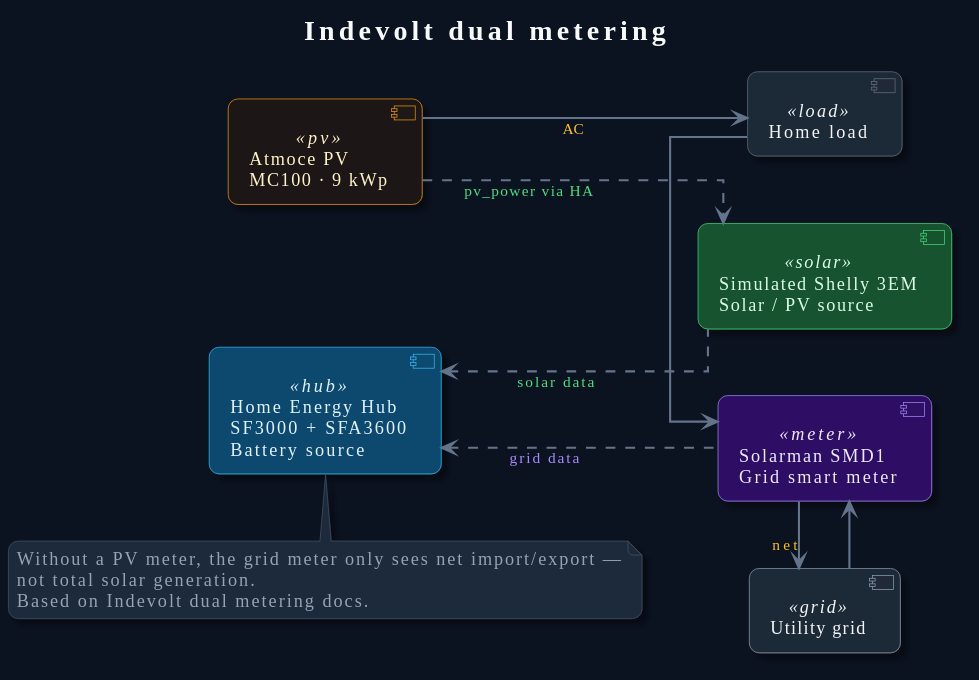
The PlantUML diagram docs/diagrams/dual-metering.svg in josephprem/ha-atmoce-indevolt, before a commit. Source of this version:
```plantuml
@startuml
skinparam backgroundColor #0b1220
skinparam defaultFontName "Segoe UI, Helvetica, Arial, sans-serif"
skinparam defaultFontSize 13
skinparam defaultFontColor #e5e7eb
skinparam shadowing true
skinparam roundcorner 14
skinparam linetype ortho
skinparam nodesep 48
skinparam ranksep 40

skinparam title {
  FontColor #f9fafb
  FontSize 20
  FontStyle bold
}

skinparam package {
  BackgroundColor #111827
  BorderColor #334155
  FontColor #cbd5e1
  FontStyle bold
  RoundCorner 16
}

skinparam rectangle {
  RoundCorner 14
  BorderThickness 2
}

skinparam arrow {
  Color #64748b
  FontColor #94a3b8
  FontSize 11
  Thickness 1.5
}

skinparam legend {
  BackgroundColor #111827
  BorderColor #334155
  FontColor #cbd5e1
}

skinparam component<<pv>> {
  BackgroundColor #1c1917
  BorderColor #f59e0b
  FontColor #fef3c7
}

skinparam component<<hub>> {
  BackgroundColor #0c4a6e
  BorderColor #38bdf8
  FontColor #e0f2fe
}

skinparam component<<meter>> {
  BackgroundColor #2e1065
  BorderColor #a78bfa
  FontColor #ede9fe
}

skinparam component<<solar>> {
  BackgroundColor #14532d
  BorderColor #4ade80
  FontColor #dcfce7
}

skinparam component<<ha>> {
  BackgroundColor #14532d
  BorderColor #22c55e
  FontColor #dcfce7
}

skinparam component<<load>> {
  BackgroundColor #1f2937
  BorderColor #6b7280
  FontColor #f3f4f6
}

skinparam component<<grid>> {
  BackgroundColor #1f2937
  BorderColor #94a3b8
  FontColor #f3f4f6
}

skinparam component<<out>> {
  BackgroundColor #1f2937
  BorderColor #475569
  FontColor #cbd5e1
}

skinparam note {
  BackgroundColor #1e293b
  BorderColor #475569
  FontColor #94a3b8
}
title Indevolt dual metering
left to right direction

component "Atmoce PV\nMC100 · 9 kWp" as pv <<pv>>
component "Simulated Shelly 3EM\nSolar / PV source" as shelly <<solar>>
component "Home load" as load <<load>>
component "Solarman SMD1\nGrid smart meter" as smd1 <<meter>>
component "Utility grid" as grid <<grid>>
component "Home Energy Hub\nSF3000 + SFA3600\nBattery source" as hub <<hub>>

pv -right-> load : <color:#fbbf24>AC</color>
pv .down.> shelly : <color:#4ade80>pv_power via HA</color>
shelly .up.> hub : <color:#4ade80>solar data</color>
load -right-> smd1
smd1 -right-> grid : <color:#fbbf24>net</color>
grid -left-> smd1
smd1 .up.> hub : <color:#a78bfa>grid data</color>

note bottom
  Without a PV meter, the grid meter only sees net import/export —
  not total solar generation.
  Based on Indevolt dual metering docs.
end note
@enduml
```
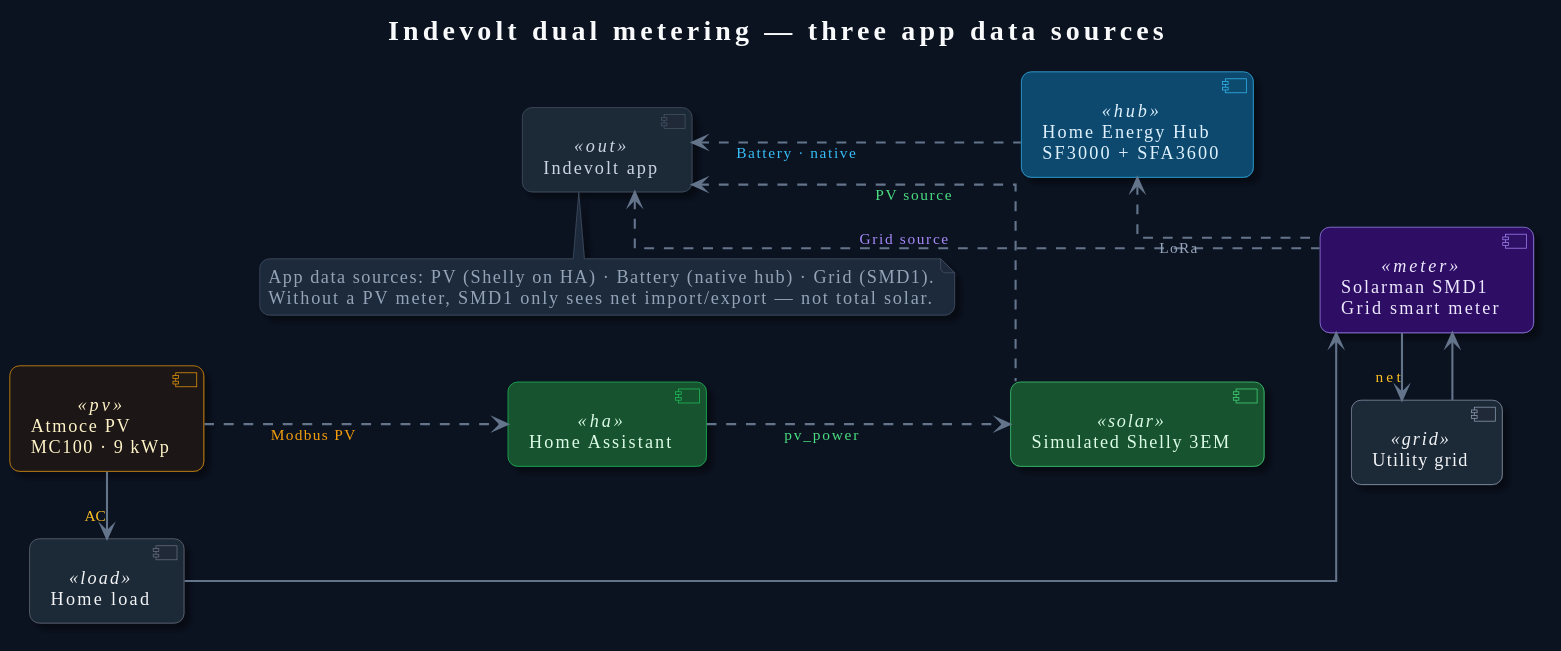
The same diagram one commit later.

What changed in the source:
```diff
@@ -94,27 +94,31 @@
   BorderColor #475569
   FontColor #94a3b8
 }
-title Indevolt dual metering
+title Indevolt dual metering — three app data sources
 left to right direction
 
 component "Atmoce PV\nMC100 · 9 kWp" as pv <<pv>>
-component "Simulated Shelly 3EM\nSolar / PV source" as shelly <<solar>>
+component "Home Assistant" as ha <<ha>>
+component "Simulated Shelly 3EM" as shelly <<solar>>
 component "Home load" as load <<load>>
 component "Solarman SMD1\nGrid smart meter" as smd1 <<meter>>
 component "Utility grid" as grid <<grid>>
-component "Home Energy Hub\nSF3000 + SFA3600\nBattery source" as hub <<hub>>
+component "Home Energy Hub\nSF3000 + SFA3600" as hub <<hub>>
+component "Indevolt app" as iapp <<out>>
 
 pv -right-> load : <color:#fbbf24>AC</color>
-pv .down.> shelly : <color:#4ade80>pv_power via HA</color>
-shelly .up.> hub : <color:#4ade80>solar data</color>
+pv .down.> ha : <color:#f59e0b>Modbus PV</color>
+ha .down.> shelly : <color:#4ade80>pv_power</color>
+shelly .up.> iapp : <color:#4ade80>PV source</color>
+hub .up.> iapp : <color:#38bdf8>Battery · native</color>
 load -right-> smd1
 smd1 -right-> grid : <color:#fbbf24>net</color>
 grid -left-> smd1
-smd1 .up.> hub : <color:#a78bfa>grid data</color>
+smd1 .up.> iapp : <color:#a78bfa>Grid source</color>
+smd1 .up.> hub : LoRa
 
 note bottom
-  Without a PV meter, the grid meter only sees net import/export —
-  not total solar generation.
-  Based on Indevolt dual metering docs.
+  App data sources: PV (Shelly on HA) · Battery (native hub) · Grid (SMD1).
+  Without a PV meter, SMD1 only sees net import/export — not total solar.
 end note
 @enduml
```
